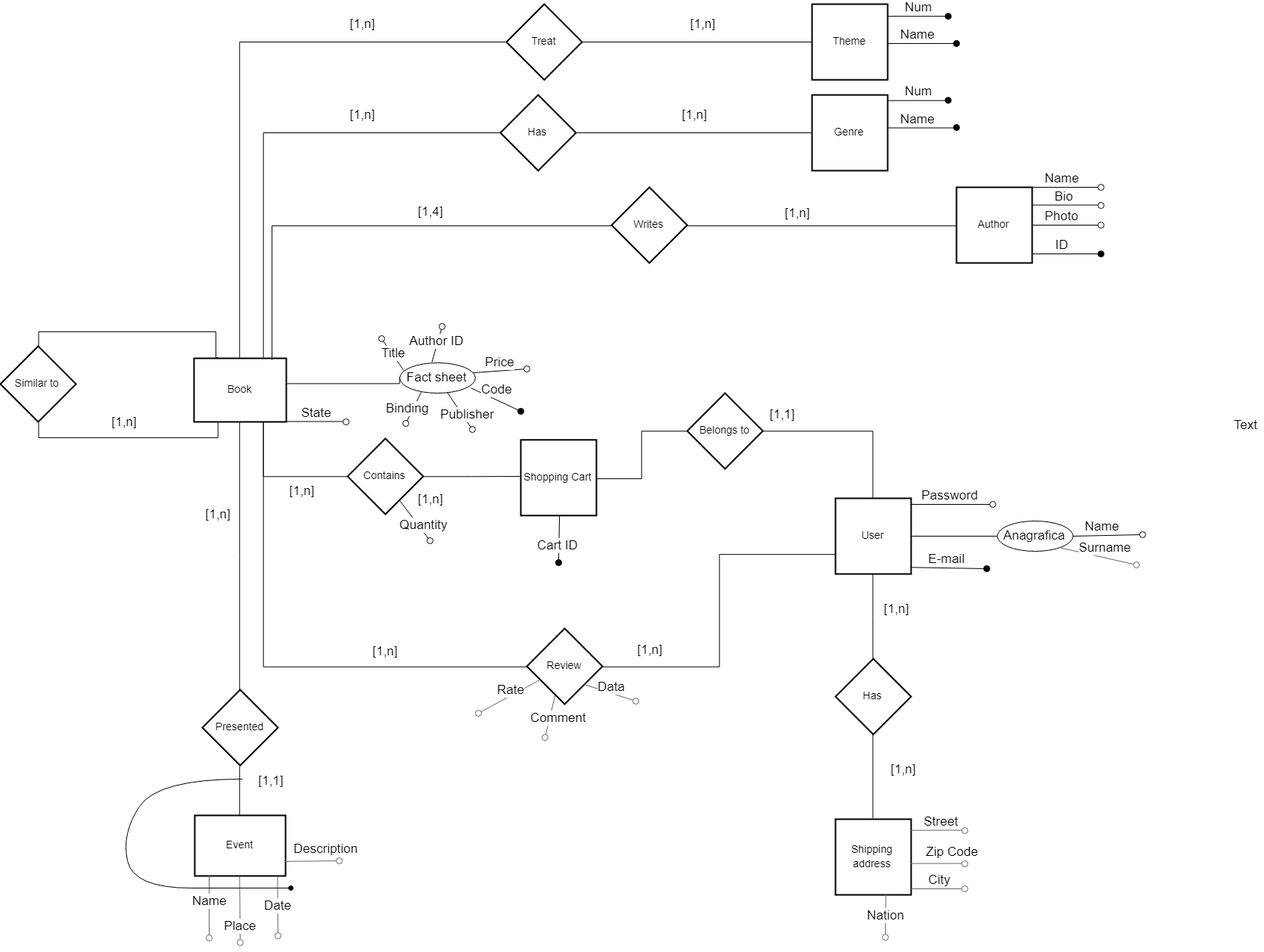
Above: other_stuff/ER Model Bookstore.png in pozziteo/Hypermedia-Applications-project (draw.io), before the change. Source tidied: cells renumbered, new cells last; positions are measured from the earlier drawing's top-left corner, leaving out a move shared by most shapes.
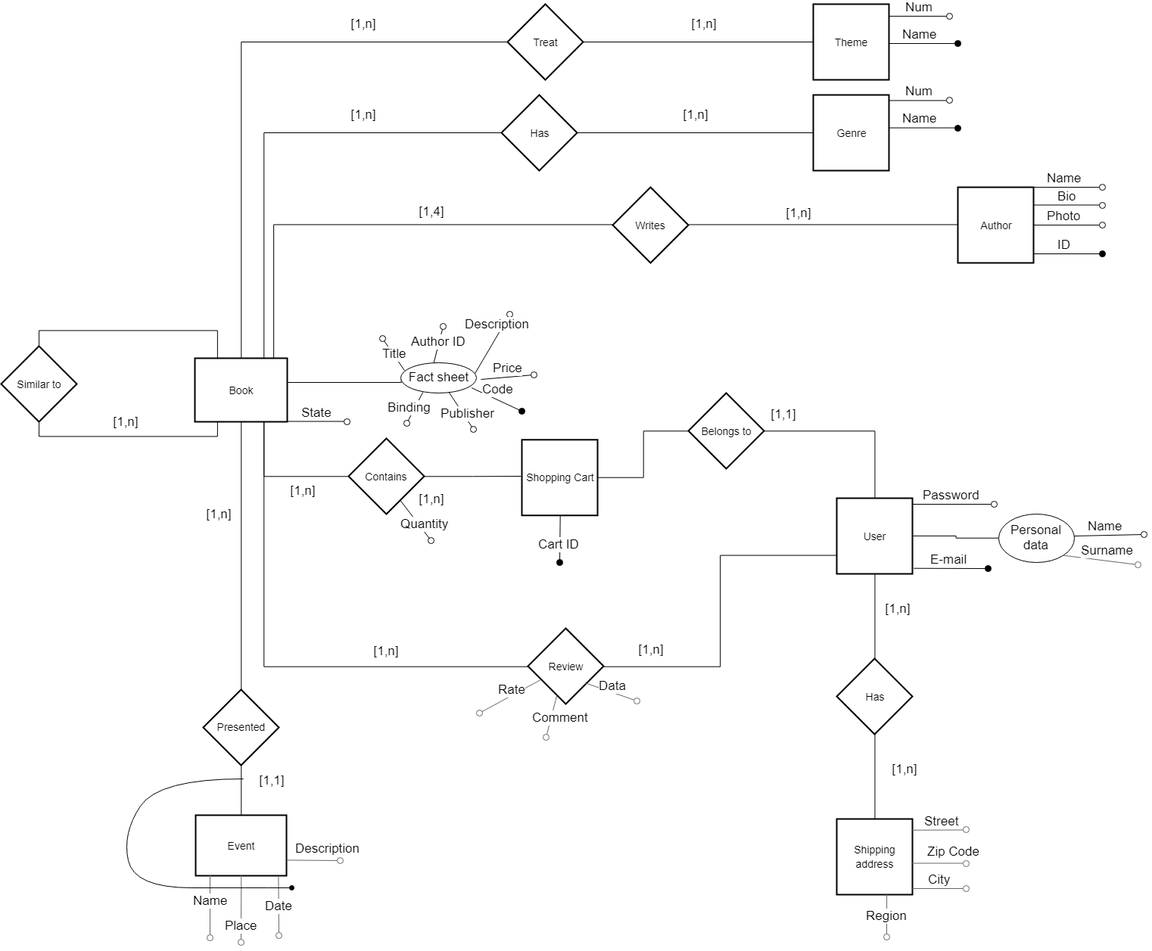
Later version of the same file.

What changed in the source:
```diff
@@ -171,7 +171,7 @@
         <mxPoint x="1312" y="661" as="targetPoint" />
       </mxGeometry>
     </mxCell>
-    <mxCell id="53" value="Num" style="html=1;verticalAlign=bottom;startArrow=none;startFill=0;endArrow=oval;startSize=6;endSize=8;shadow=0;fontSize=17;endFill=1;" parent="1" edge="1">
+    <mxCell id="53" value="Num" style="html=1;verticalAlign=bottom;startArrow=none;startFill=0;endArrow=oval;startSize=6;endSize=8;shadow=0;fontSize=17;endFill=0;" parent="1" edge="1">
       <mxGeometry x="-0.03" relative="1" as="geometry">
         <mxPoint x="1173" y="15.9" as="sourcePoint" />
         <mxPoint x="1253" y="15.9" as="targetPoint" />
@@ -181,8 +181,8 @@
     <mxCell id="54" style="edgeStyle=orthogonalEdgeStyle;rounded=0;jumpStyle=none;jettySize=auto;html=1;shadow=0;startArrow=none;startFill=0;endArrow=none;endFill=0;fontSize=17;" parent="1" edge="1" source="55" target="33">
       <mxGeometry relative="1" as="geometry" />
     </mxCell>
-    <mxCell id="55" value="Anagrafica" style="ellipse;whiteSpace=wrap;html=1;align=center;rounded=0;shadow=0;glass=0;comic=0;fontSize=17;" parent="1" vertex="1">
-      <mxGeometry x="1318" y="683" width="100" height="40" as="geometry" />
+    <mxCell id="55" value="Personal data" style="ellipse;whiteSpace=wrap;html=1;align=center;rounded=0;shadow=0;glass=0;comic=0;fontSize=17;" parent="1" vertex="1">
+      <mxGeometry x="1318" y="674" width="100" height="64" as="geometry" />
     </mxCell>
     <mxCell id="56" value="E-mail" style="html=1;verticalAlign=bottom;startArrow=none;startFill=0;endArrow=oval;startSize=6;endSize=8;shadow=0;fontSize=17;endFill=1;exitX=1.012;exitY=0.925;exitDx=0;exitDy=0;exitPerimeter=0;" parent="1" edge="1" source="33">
       <mxGeometry x="-0.08" relative="1" as="geometry">
@@ -219,7 +219,7 @@
         <mxPoint x="-1" as="offset" />
       </mxGeometry>
     </mxCell>
-    <mxCell id="62" value="Num" style="html=1;verticalAlign=bottom;startArrow=none;startFill=0;endArrow=oval;startSize=6;endSize=8;shadow=0;fontSize=17;endFill=1;" parent="1" edge="1">
+    <mxCell id="62" value="Num" style="html=1;verticalAlign=bottom;startArrow=none;startFill=0;endArrow=oval;startSize=6;endSize=8;shadow=0;fontSize=17;endFill=0;" parent="1" edge="1">
       <mxGeometry x="-0.03" relative="1" as="geometry">
         <mxPoint x="1173" y="127.4" as="sourcePoint" />
         <mxPoint x="1253" y="127.4" as="targetPoint" />
@@ -313,7 +313,7 @@
         <mxPoint x="1274.6" y="1169" as="targetPoint" />
       </mxGeometry>
     </mxCell>
-    <mxCell id="76" value="Nation" style="html=1;verticalAlign=bottom;startArrow=none;startFill=0;endArrow=oval;startSize=6;endSize=8;shadow=0;fontSize=17;endFill=0;exitX=0.661;exitY=0.993;exitDx=0;exitDy=0;fillColor=#f5f5f5;strokeColor=#666666;exitPerimeter=0;" parent="1" edge="1" source="11">
+    <mxCell id="76" value="Region" style="html=1;verticalAlign=bottom;startArrow=none;startFill=0;endArrow=oval;startSize=6;endSize=8;shadow=0;fontSize=17;endFill=0;exitX=0.661;exitY=0.993;exitDx=0;exitDy=0;fillColor=#f5f5f5;strokeColor=#666666;exitPerimeter=0;" parent="1" edge="1" source="11">
       <mxGeometry x="0.43" relative="1" as="geometry">
         <mxPoint x="1170" y="1233" as="targetPoint" />
       </mxGeometry>
@@ -325,10 +325,9 @@
         <mxPoint x="1" as="offset" />
       </mxGeometry>
     </mxCell>
-    <mxCell id="78" value="Price" style="html=1;verticalAlign=bottom;startArrow=none;startFill=0;endArrow=oval;startSize=6;endSize=8;shadow=0;fontSize=17;endFill=0;exitX=0.976;exitY=0.349;exitDx=0;exitDy=0;exitPerimeter=0;" parent="1" edge="1" source="80">
-      <mxGeometry x="-0.03" relative="1" as="geometry">
-        <mxPoint x="696" y="482" as="targetPoint" />
-        <mxPoint x="1" as="offset" />
+    <mxCell id="78" value="Description" style="html=1;verticalAlign=bottom;startArrow=none;startFill=0;endArrow=oval;startSize=6;endSize=8;shadow=0;fontSize=17;endFill=0;exitX=0.976;exitY=0.349;exitDx=0;exitDy=0;exitPerimeter=0;" parent="1" edge="1" source="80">
+      <mxGeometry x="0.36" y="2" relative="1" as="geometry">
+        <mxPoint x="672" y="410" as="targetPoint" />
       </mxGeometry>
     </mxCell>
     <mxCell id="79" style="edgeStyle=orthogonalEdgeStyle;rounded=0;jumpStyle=none;jettySize=auto;html=1;exitX=0;exitY=0.5;exitDx=0;exitDy=0;entryX=1.003;entryY=0.381;entryDx=0;entryDy=0;entryPerimeter=0;shadow=0;startArrow=none;startFill=0;endArrow=none;endFill=0;fontSize=17;" parent="1" edge="1" source="80" target="6">
@@ -387,8 +386,12 @@
         <mxPoint x="584" y="426" as="targetPoint" />
       </mxGeometry>
     </mxCell>
-    <mxCell id="93" value="Text" style="text;html=1;align=left;verticalAlign=top;spacingTop=-4;fontSize=17;" parent="1" vertex="1">
-      <mxGeometry x="1629" y="544" width="40" height="32" as="geometry" />
-    </mxCell>
+    <mxCell id="94" value="Price" style="html=1;verticalAlign=bottom;startArrow=none;startFill=0;endArrow=oval;startSize=6;endSize=8;shadow=0;fontSize=17;endFill=0;exitX=0.976;exitY=0.349;exitDx=0;exitDy=0;exitPerimeter=0;" parent="1" edge="1">
+      <mxGeometry x="-0.03" relative="1" as="geometry">
+        <mxPoint x="634" y="496" as="sourcePoint" />
+        <mxPoint x="704" y="490" as="targetPoint" />
+        <mxPoint x="1" as="offset" />
+      </mxGeometry>
+    </mxCell>
   </root>
 </mxGraphModel>
```
